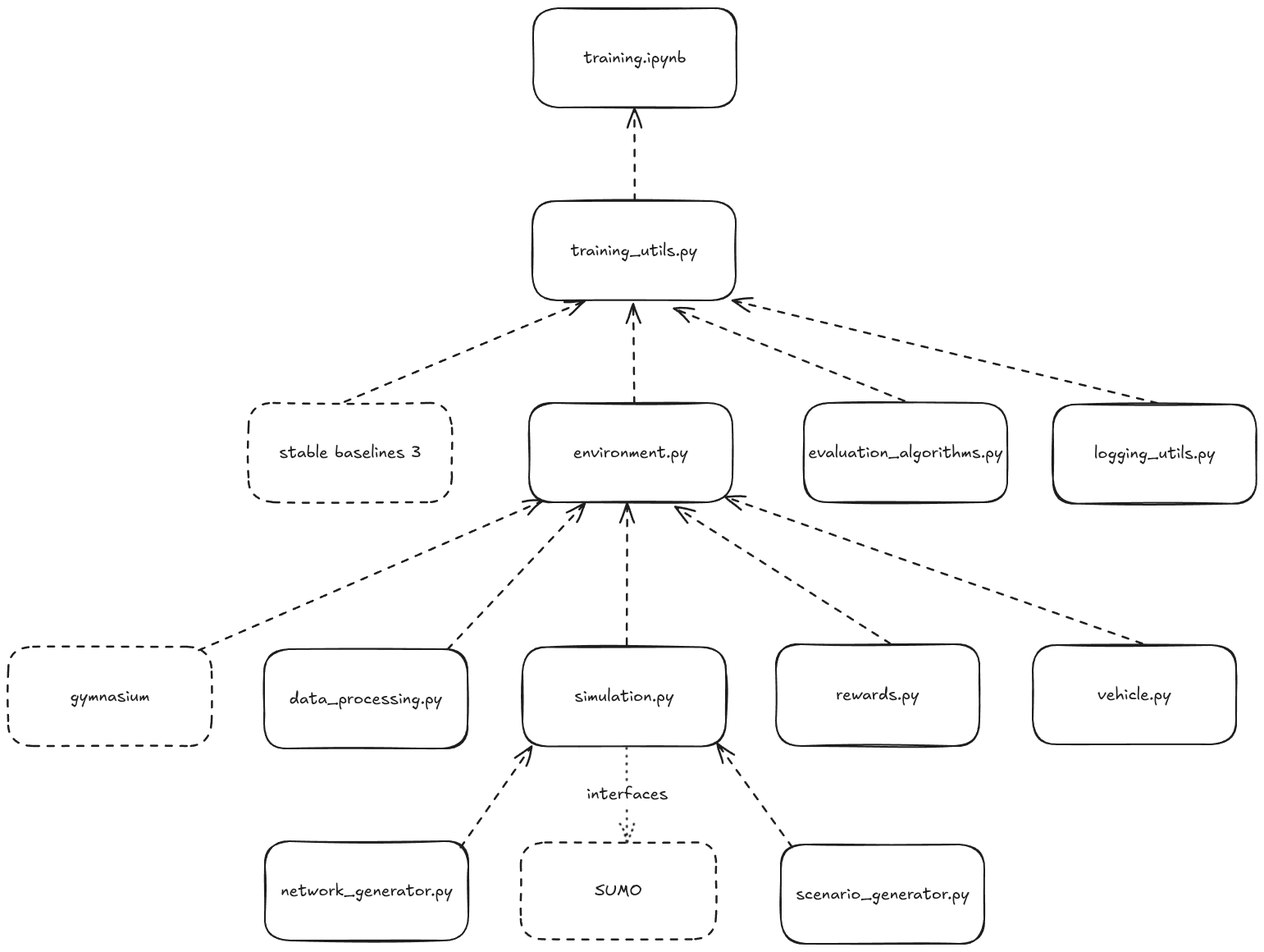
Before: docs/figures/architecture.excalidraw.png, a diagram exported from Excalidraw (jonasspeiser/evcsr-rl-prototype). Source tidied: one line per element, renumbered; positions are measured from the earlier drawing's top-left corner, leaving out a move shared by most shapes.
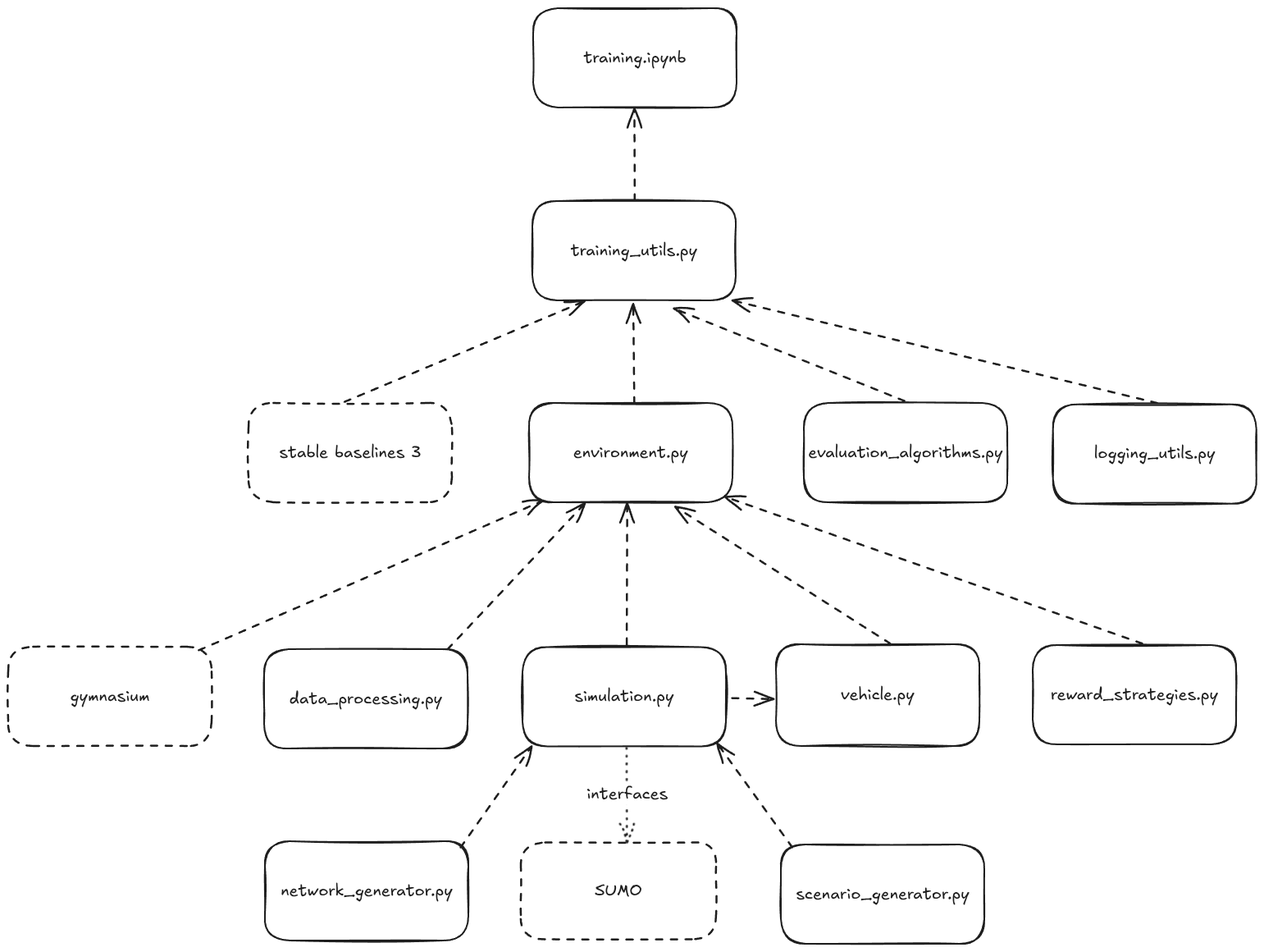
After the commit.

Diff of the diagram source:
```diff
@@ -12,11 +12,12 @@
 {"id": 11, "type": "text", "text": "stable baselines 3", "strokeColor": "#1e1e1e", "strokeWidth": 2, "roughness": 1, "fontSize": 20, "fontFamily": 5, "textAlign": "center", "verticalAlign": "middle", "inside": 10, "x": 330, "y": 529, "width": 174, "height": 25}
 {"id": 12, "type": "arrow", "strokeColor": "#1e1e1e", "strokeWidth": 2, "strokeStyle": "dashed", "roughness": 1, "endArrowhead": "arrow", "round": true, "from": 10, "to": 8, "x": 411, "y": 480, "width": 291, "height": 123, "points": [[0, 0], [291, -123]]}
 {"id": 13, "type": "arrow", "strokeColor": "#1e1e1e", "strokeWidth": 2, "strokeStyle": "dashed", "roughness": 1, "endArrowhead": "arrow", "round": true, "from": 2, "to": 6, "x": 755, "y": 776, "width": 1, "height": 173, "points": [[0, 0], [-1, -173]]}
+{"id": 42, "type": "arrow", "strokeColor": "#1e1e1e", "strokeWidth": 2, "strokeStyle": "dashed", "roughness": 1, "endArrowhead": "arrow", "round": true, "from": 2, "to": 17, "x": 882, "y": 841, "width": 51, "height": 1, "points": [[0, 0], [51, 1]]}
 {"id": 14, "type": "arrow", "strokeColor": "#1e1e1e", "strokeWidth": 2, "strokeStyle": "dashed", "roughness": 1, "endArrowhead": "arrow", "round": true, "from": 6, "to": 8, "x": 763, "y": 482, "width": 2, "height": 121, "points": [[0, 0], [-2, -121]]}
 {"id": 15, "type": "rectangle", "strokeColor": "#1e1e1e", "strokeWidth": 2, "roughness": 1, "round": true, "x": 313, "y": 1015, "width": 248, "height": 121}
 {"id": 16, "type": "text", "text": "network_generator.py", "strokeColor": "#1e1e1e", "strokeWidth": 2, "roughness": 1, "fontSize": 20, "fontFamily": 5, "textAlign": "center", "verticalAlign": "middle", "inside": 15, "x": 332, "y": 1063, "width": 209, "height": 25}
 {"id": 17, "type": "rectangle", "strokeColor": "#1e1e1e", "strokeWidth": 2, "roughness": 1, "round": true, "x": 936, "y": 775, "width": 248, "height": 124}
-{"id": 18, "type": "text", "text": "rewards.py", "strokeColor": "#1e1e1e", "strokeWidth": 2, "roughness": 1, "fontSize": 20, "fontFamily": 5, "textAlign": "center", "verticalAlign": "middle", "inside": 17, "x": 1009, "y": 824, "width": 101, "height": 25}
+{"id": 18, "type": "text", "text": "vehicle.py", "strokeColor": "#1e1e1e", "strokeWidth": 2, "roughness": 1, "fontSize": 20, "fontFamily": 5, "textAlign": "center", "verticalAlign": "middle", "inside": 17, "x": 1015, "y": 824, "width": 90, "height": 25}
 {"id": 19, "type": "rectangle", "strokeColor": "#1e1e1e", "strokeWidth": 2, "roughness": 1, "round": true, "x": 942, "y": 1019, "width": 248, "height": 121}
 {"id": 20, "type": "text", "text": "scenario_generator.py", "strokeColor": "#1e1e1e", "strokeWidth": 2, "roughness": 1, "fontSize": 20, "fontFamily": 5, "textAlign": "center", "verticalAlign": "middle", "inside": 19, "x": 960, "y": 1067, "width": 212, "height": 25}
 {"id": 21, "type": "rectangle", "strokeColor": "#1e1e1e", "strokeWidth": 2, "roughness": 1, "round": true, "x": 312, "y": 781, "width": 248, "height": 121}
@@ -29,7 +30,7 @@
 {"id": 28, "type": "arrow", "strokeColor": "#1e1e1e", "strokeWidth": 2, "strokeStyle": "dashed", "roughness": 1, "endArrowhead": "arrow", "round": true, "from": 23, "to": 8, "x": 1092, "y": 478, "width": 280, "height": 113, "points": [[0, 0], [-280, -113]]}
 {"id": 29, "type": "arrow", "strokeColor": "#1e1e1e", "strokeWidth": 2, "strokeStyle": "dashed", "roughness": 1, "endArrowhead": "arrow", "round": true, "from": 15, "to": 2, "x": 551, "y": 1022, "width": 88, "height": 123, "points": [[0, 0], [88, -123]]}
 {"id": 30, "type": "rectangle", "strokeColor": "#1e1e1e", "strokeWidth": 2, "roughness": 1, "round": true, "x": 1249, "y": 776, "width": 248, "height": 121}
-{"id": 31, "type": "text", "text": "vehicle.py", "strokeColor": "#1e1e1e", "strokeWidth": 2, "roughness": 1, "fontSize": 20, "fontFamily": 5, "textAlign": "center", "verticalAlign": "middle", "inside": 30, "x": 1328, "y": 824, "width": 90, "height": 25}
+{"id": 31, "type": "text", "text": "reward_strategies.py", "strokeColor": "#1e1e1e", "strokeWidth": 2, "roughness": 1, "fontSize": 20, "fontFamily": 5, "textAlign": "center", "verticalAlign": "middle", "inside": 30, "x": 1271, "y": 824, "width": 204, "height": 25}
 {"id": 32, "type": "arrow", "strokeColor": "#1e1e1e", "strokeWidth": 2, "strokeStyle": "dashed", "roughness": 1, "endArrowhead": "arrow", "round": true, "from": 30, "to": 6, "x": 1383, "y": 775, "width": 508, "height": 179, "points": [[0, 0], [-508, -179]]}
 {"id": 33, "type": "rectangle", "strokeColor": "#1e1e1e", "strokeWidth": 2, "strokeStyle": "dashed", "roughness": 1, "round": true, "x": 0, "y": 778, "width": 248, "height": 121}
 {"id": 34, "type": "text", "text": "gymnasium", "strokeColor": "#1e1e1e", "strokeWidth": 2, "roughness": 1, "fontSize": 20, "fontFamily": 5, "textAlign": "center", "verticalAlign": "middle", "inside": 33, "x": 76, "y": 826, "width": 97, "height": 25}
```
